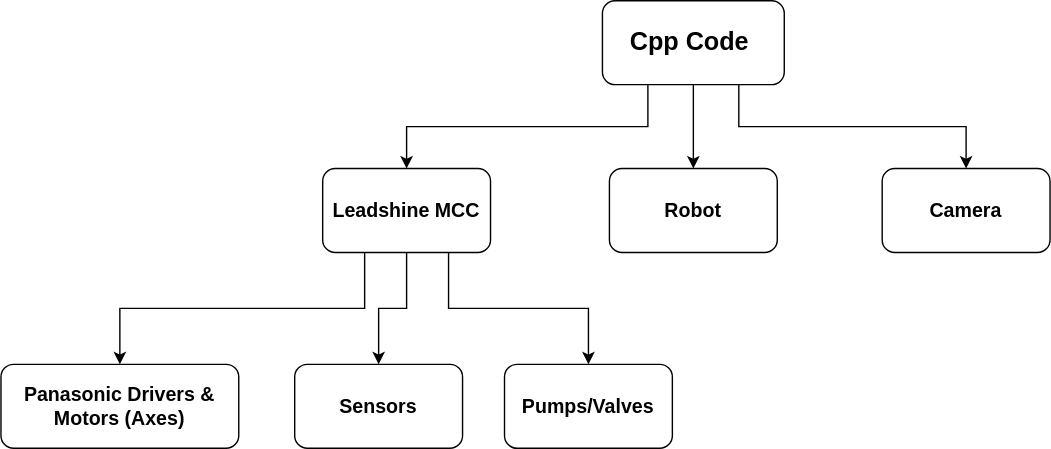
TONiiV/flowcharts keeps this draw.io diagram as RCAM-structure.drawio.svg. Above is the earlier version. Source tidied: cells renumbered, new cells last; positions are measured from the earlier drawing's top-left corner, leaving out a move shared by most shapes. The source it was exported from:
```xml
<mxGraphModel>
  <root>
    <mxCell id="0" />
    <mxCell id="1" parent="0" />
    <mxCell id="2" style="edgeStyle=orthogonalEdgeStyle;rounded=0;jettySize=auto;html=1;exitX=0.25;exitY=1;exitDx=0;exitDy=0;" parent="1" edge="1" source="5" target="9">
      <mxGeometry relative="1" as="geometry" />
    </mxCell>
    <mxCell id="3" style="edgeStyle=orthogonalEdgeStyle;rounded=0;jettySize=auto;html=1;entryX=0.5;entryY=0;entryDx=0;entryDy=0;" parent="1" edge="1" source="5" target="11">
      <mxGeometry relative="1" as="geometry" />
    </mxCell>
    <mxCell id="4" style="edgeStyle=orthogonalEdgeStyle;rounded=0;jettySize=auto;html=1;exitX=0.75;exitY=1;exitDx=0;exitDy=0;entryX=0.5;entryY=0;entryDx=0;entryDy=0;" parent="1" edge="1" source="5" target="12">
      <mxGeometry relative="1" as="geometry" />
    </mxCell>
    <mxCell id="5" value="&lt;font style=&quot;font-size: 18px;&quot;&gt;&lt;b&gt;Cpp Code&amp;nbsp;&lt;/b&gt;&lt;/font&gt;" style="rounded=1;whiteSpace=wrap;html=1;" parent="1" vertex="1">
      <mxGeometry x="430" width="130" height="60" as="geometry" />
    </mxCell>
    <mxCell id="6" style="edgeStyle=orthogonalEdgeStyle;rounded=0;jettySize=auto;html=1;" parent="1" edge="1" source="9" target="13">
      <mxGeometry relative="1" as="geometry" />
    </mxCell>
    <mxCell id="7" style="edgeStyle=orthogonalEdgeStyle;rounded=0;jettySize=auto;html=1;exitX=0.25;exitY=1;exitDx=0;exitDy=0;" parent="1" edge="1" source="9" target="10">
      <mxGeometry relative="1" as="geometry" />
    </mxCell>
    <mxCell id="8" style="edgeStyle=orthogonalEdgeStyle;rounded=0;jettySize=auto;html=1;exitX=0.75;exitY=1;exitDx=0;exitDy=0;" parent="1" edge="1" source="9" target="14">
      <mxGeometry relative="1" as="geometry" />
    </mxCell>
    <mxCell id="9" value="&lt;b&gt;&lt;font style=&quot;font-size: 14px;&quot;&gt;Leadshine MCC&lt;/font&gt;&lt;/b&gt;" style="rounded=1;whiteSpace=wrap;html=1;" parent="1" vertex="1">
      <mxGeometry x="230" y="120" width="120" height="60" as="geometry" />
    </mxCell>
    <mxCell id="10" value="&lt;b&gt;&lt;font style=&quot;font-size: 14px;&quot;&gt;Panasonic Drivers &amp;amp; Motors (Axes)&lt;/font&gt;&lt;/b&gt;" style="rounded=1;whiteSpace=wrap;html=1;" parent="1" vertex="1">
      <mxGeometry y="260" width="170" height="60" as="geometry" />
    </mxCell>
    <mxCell id="11" value="&lt;b&gt;&lt;font style=&quot;font-size: 14px;&quot;&gt;Robot&lt;/font&gt;&lt;/b&gt;" style="rounded=1;whiteSpace=wrap;html=1;" parent="1" vertex="1">
      <mxGeometry x="435" y="120" width="120" height="60" as="geometry" />
    </mxCell>
    <mxCell id="12" value="&lt;b&gt;&lt;font style=&quot;font-size: 14px;&quot;&gt;Camera&lt;/font&gt;&lt;/b&gt;" style="rounded=1;whiteSpace=wrap;html=1;" parent="1" vertex="1">
      <mxGeometry x="630" y="120" width="120" height="60" as="geometry" />
    </mxCell>
    <mxCell id="13" value="&lt;b&gt;&lt;font style=&quot;font-size: 14px;&quot;&gt;Sensors&lt;/font&gt;&lt;/b&gt;" style="rounded=1;whiteSpace=wrap;html=1;" parent="1" vertex="1">
      <mxGeometry x="210" y="260" width="120" height="60" as="geometry" />
    </mxCell>
    <mxCell id="14" value="&lt;span style=&quot;font-size: 14px;&quot;&gt;&lt;b&gt;Pumps/Valves&lt;/b&gt;&lt;/span&gt;" style="rounded=1;whiteSpace=wrap;html=1;" parent="1" vertex="1">
      <mxGeometry x="360" y="260" width="120" height="60" as="geometry" />
    </mxCell>
  </root>
</mxGraphModel>
```
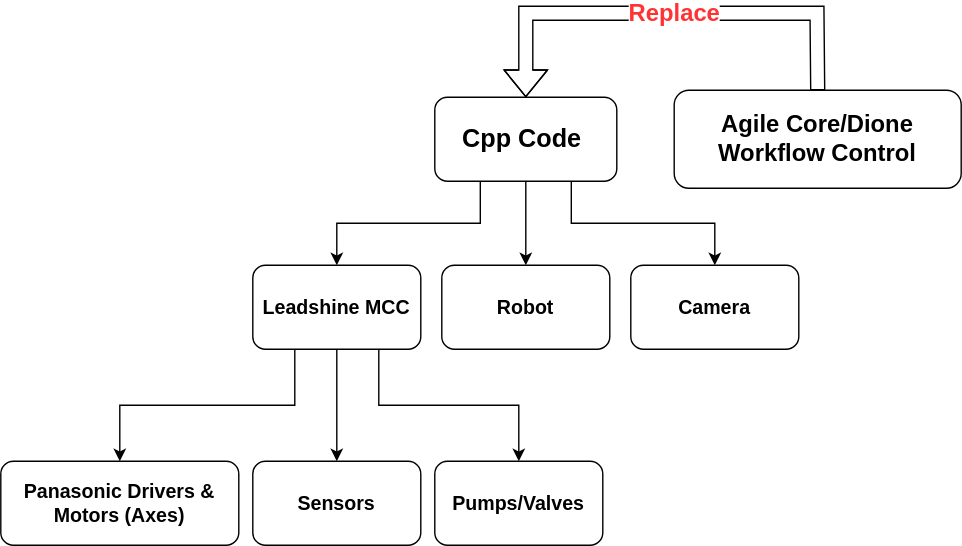
After the commit.

Diff of the diagram source:
```diff
@@ -24,22 +24,38 @@
       <mxGeometry relative="1" as="geometry" />
     </mxCell>
     <mxCell id="9" value="&lt;b&gt;&lt;font style=&quot;font-size: 14px;&quot;&gt;Leadshine MCC&lt;/font&gt;&lt;/b&gt;" style="rounded=1;whiteSpace=wrap;html=1;" parent="1" vertex="1">
-      <mxGeometry x="230" y="120" width="120" height="60" as="geometry" />
+      <mxGeometry x="300" y="120" width="120" height="60" as="geometry" />
     </mxCell>
     <mxCell id="10" value="&lt;b&gt;&lt;font style=&quot;font-size: 14px;&quot;&gt;Panasonic Drivers &amp;amp; Motors (Axes)&lt;/font&gt;&lt;/b&gt;" style="rounded=1;whiteSpace=wrap;html=1;" parent="1" vertex="1">
-      <mxGeometry y="260" width="170" height="60" as="geometry" />
+      <mxGeometry x="120" y="260" width="170" height="60" as="geometry" />
     </mxCell>
     <mxCell id="11" value="&lt;b&gt;&lt;font style=&quot;font-size: 14px;&quot;&gt;Robot&lt;/font&gt;&lt;/b&gt;" style="rounded=1;whiteSpace=wrap;html=1;" parent="1" vertex="1">
       <mxGeometry x="435" y="120" width="120" height="60" as="geometry" />
     </mxCell>
     <mxCell id="12" value="&lt;b&gt;&lt;font style=&quot;font-size: 14px;&quot;&gt;Camera&lt;/font&gt;&lt;/b&gt;" style="rounded=1;whiteSpace=wrap;html=1;" parent="1" vertex="1">
-      <mxGeometry x="630" y="120" width="120" height="60" as="geometry" />
+      <mxGeometry x="570" y="120" width="120" height="60" as="geometry" />
     </mxCell>
     <mxCell id="13" value="&lt;b&gt;&lt;font style=&quot;font-size: 14px;&quot;&gt;Sensors&lt;/font&gt;&lt;/b&gt;" style="rounded=1;whiteSpace=wrap;html=1;" parent="1" vertex="1">
-      <mxGeometry x="210" y="260" width="120" height="60" as="geometry" />
+      <mxGeometry x="300" y="260" width="120" height="60" as="geometry" />
     </mxCell>
     <mxCell id="14" value="&lt;span style=&quot;font-size: 14px;&quot;&gt;&lt;b&gt;Pumps/Valves&lt;/b&gt;&lt;/span&gt;" style="rounded=1;whiteSpace=wrap;html=1;" parent="1" vertex="1">
-      <mxGeometry x="360" y="260" width="120" height="60" as="geometry" />
+      <mxGeometry x="430" y="260" width="120" height="60" as="geometry" />
     </mxCell>
+    <mxCell id="15" value="&lt;b&gt;&lt;font style=&quot;font-size: 17px;&quot;&gt;Agile Core/Dione&lt;br&gt;Workflow Control&lt;br&gt;&lt;/font&gt;&lt;/b&gt;" style="rounded=1;whiteSpace=wrap;html=1;" parent="1" vertex="1">
+      <mxGeometry x="601" y="-5" width="205" height="70" as="geometry" />
+    </mxCell>
+    <mxCell id="16" style="shape=flexArrow;endArrow=classic;html=1;rounded=0;exitX=0.5;exitY=0;exitDx=0;exitDy=0;entryX=0.5;entryY=0;entryDx=0;entryDy=0;" parent="1" edge="1" source="15" target="5">
+      <mxGeometry relative="1" as="geometry">
+        <Array as="points">
+          <mxPoint x="703" y="-60" />
+          <mxPoint x="495" y="-60" />
+        </Array>
+      </mxGeometry>
+    </mxCell>
+    <mxCell id="17" value="&lt;font color=&quot;#ff3333&quot; style=&quot;font-size: 17px;&quot;&gt;&lt;b&gt;Replace&lt;/b&gt;&lt;/font&gt;" style="edgeLabel;html=1;align=center;verticalAlign=middle;" parent="16" vertex="1">
+      <mxGeometry y="-2" relative="1" as="geometry">
+        <mxPoint x="4" y="2" as="offset" />
+      </mxGeometry>
+    </mxCell>
   </root>
 </mxGraphModel>
```
